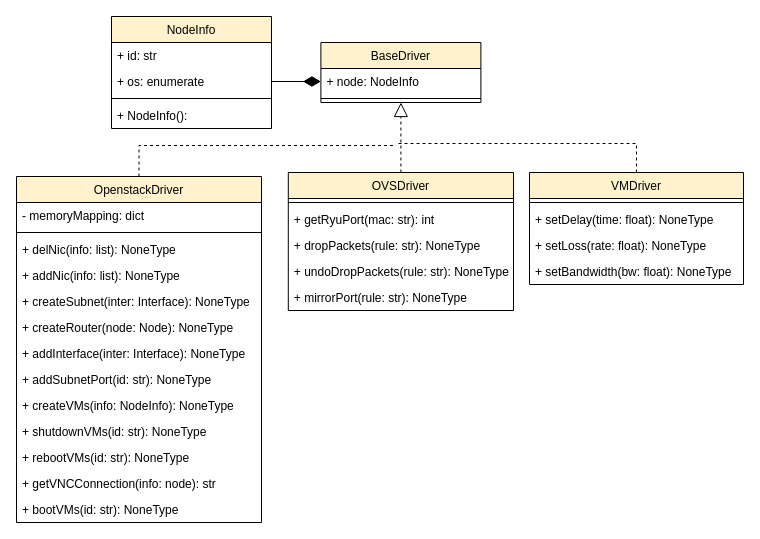
Above: page "类图_驱动模块" (11 of 14) of 仿真功能模块UML类图.drawio in Icarus1994/neutron_conf (draw.io), before the change. Source tidied: cells renumbered, new cells numbered last; positions are measured from the earlier drawing's top-left corner, leaving out a move shared by most shapes. Both pictures are drawn from the tidied source at 100%, with x=0, y=0 at pixel (16, 16).
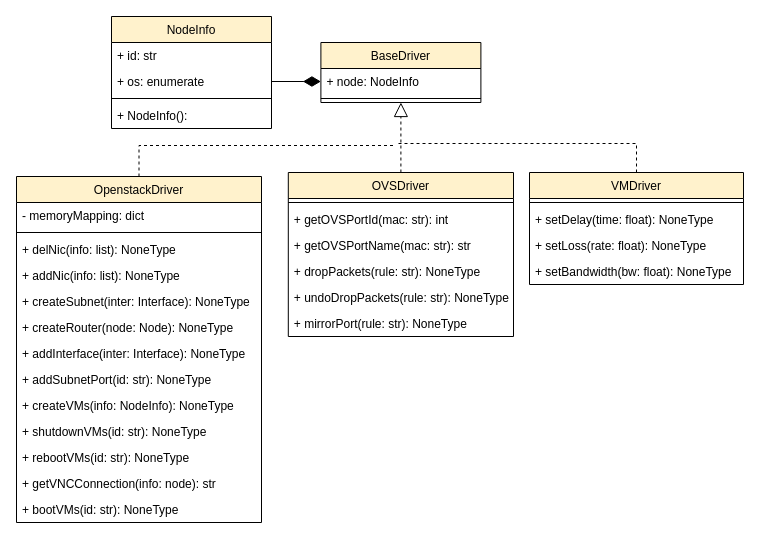
The same page after the edit.

What changed in the source:
```diff
@@
     <mxCell id="10" value="OVSDriver" style="swimlane;fontStyle=0;align=center;verticalAlign=top;horizontal=1;startSize=26;fillColor=#fff2cc;strokeColor=#000000;" parent="1" vertex="1">
-      <mxGeometry x="271.8" y="156" width="225.2" height="138" as="geometry" />
+      <mxGeometry x="271.8" y="156" width="225.2" height="164" as="geometry" />
     </mxCell>
@@
+    <mxCell id="39" value="+ getOVSPortId(mac: str): int" style="text;strokeColor=none;fillColor=none;align=left;verticalAlign=top;spacingLeft=4;spacingRight=4;overflow=hidden;" parent="10" vertex="1">
+      <mxGeometry y="34" width="225.2" height="26" as="geometry" />
+    </mxCell>
-    <mxCell id="12" value="+ getRyuPort(mac: str): int" style="text;strokeColor=none;fillColor=none;align=left;verticalAlign=top;spacingLeft=4;spacingRight=4;overflow=hidden;" parent="10" vertex="1">
-      <mxGeometry y="34" width="225.2" height="26" as="geometry" />
+    <mxCell id="12" value="+ getOVSPortName(mac: str): str" style="text;strokeColor=none;fillColor=none;align=left;verticalAlign=top;spacingLeft=4;spacingRight=4;overflow=hidden;" parent="10" vertex="1">
+      <mxGeometry y="60" width="225.2" height="26" as="geometry" />
     </mxCell>
     <mxCell id="13" value="+ dropPackets(rule: str): NoneType" style="text;strokeColor=none;fillColor=none;align=left;verticalAlign=top;spacingLeft=4;spacingRight=4;overflow=hidden;" parent="10" vertex="1">
-      <mxGeometry y="60" width="225.2" height="26" as="geometry" />
+      <mxGeometry y="86" width="225.2" height="26" as="geometry" />
     </mxCell>
     <mxCell id="14" value="+ undoDropPackets(rule: str): NoneType" style="text;strokeColor=none;fillColor=none;align=left;verticalAlign=top;spacingLeft=4;spacingRight=4;overflow=hidden;" parent="10" vertex="1">
-      <mxGeometry y="86" width="225.2" height="26" as="geometry" />
+      <mxGeometry y="112" width="225.2" height="26" as="geometry" />
     </mxCell>
     <mxCell id="15" value="+ mirrorPort(rule: str): NoneType" style="text;strokeColor=none;fillColor=none;align=left;verticalAlign=top;spacingLeft=4;spacingRight=4;overflow=hidden;" parent="10" vertex="1">
-      <mxGeometry y="112" width="225.2" height="26" as="geometry" />
+      <mxGeometry y="138" width="225.2" height="26" as="geometry" />
     </mxCell>
```
